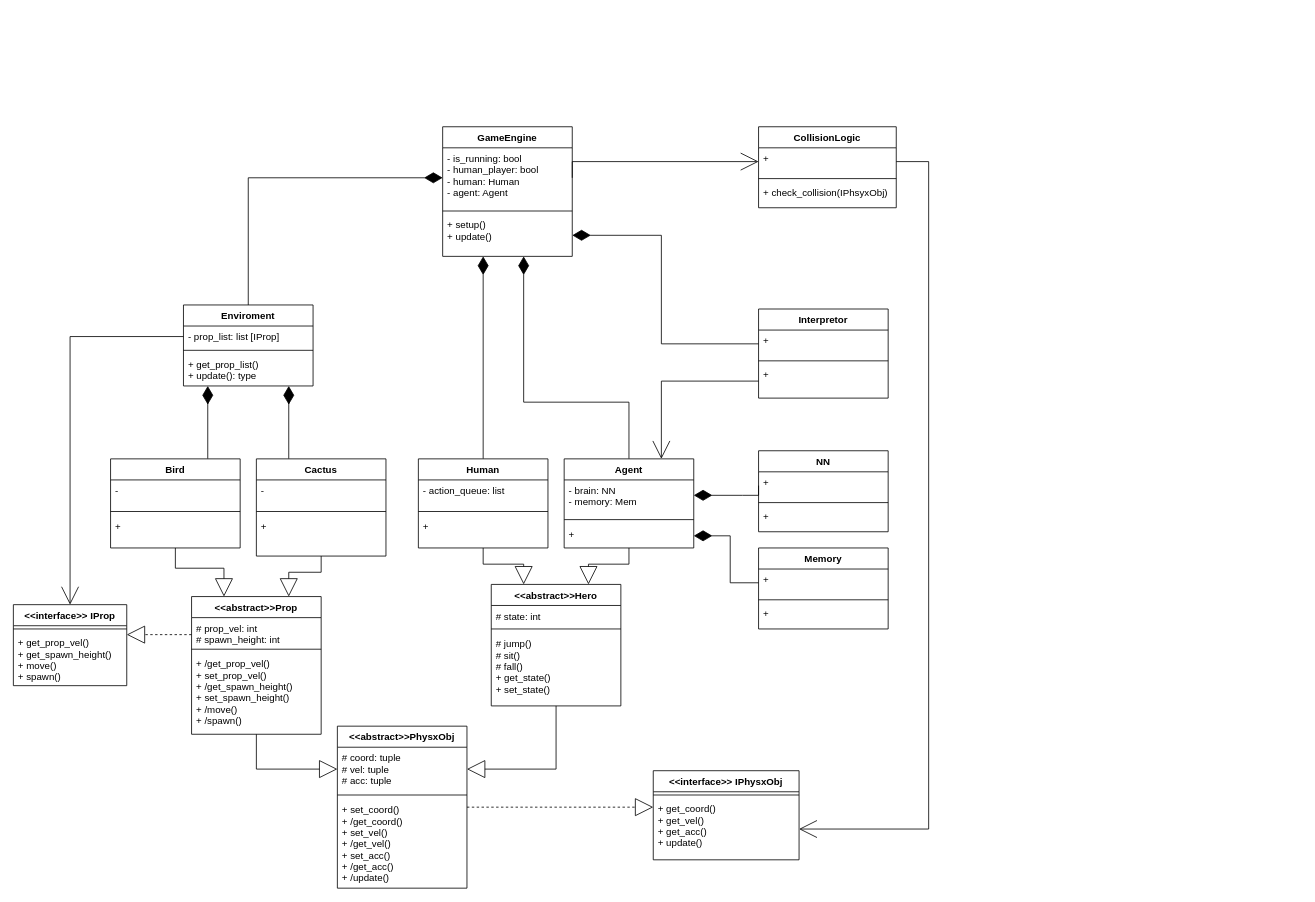
This is UML.drawio from EugeneBudzinskiy/Dino_RL, a draw.io file, before an edit. Source tidied: cells renumbered, new cells numbered last; positions are measured from the earlier drawing's top-left corner, leaving out a move shared by most shapes. Both pictures are drawn from the tidied source at 81%, with x=0, y=0 at pixel (13, 126).
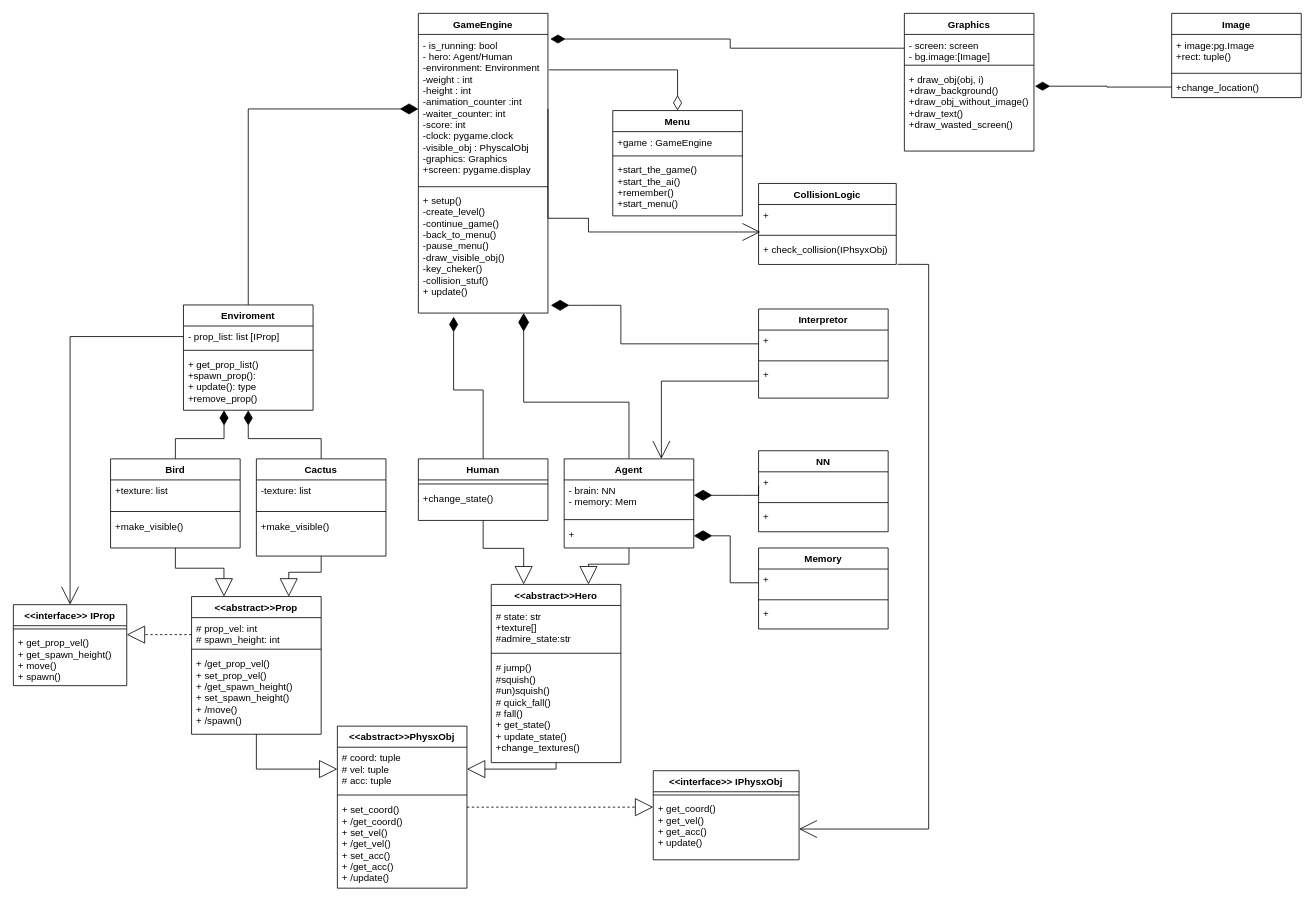
Above is the later version.

Commit message (it also covers changes not shown here):
UML and private var in GameEngine

Unchanged cells that the change refers to:
```xml
<mxCell id="18" value="+ " style="text;strokeColor=none;fillColor=none;align=left;verticalAlign=top;spacingLeft=4;spacingRight=4;overflow=hidden;points=[[0,0.5],[1,0.5]];portConstraint=eastwest;" parent="17" vertex="1">
  <mxGeometry y="26" width="160" height="34" as="geometry" />
</mxCell>
<mxCell id="22" value="+ " style="text;strokeColor=none;fillColor=none;align=left;verticalAlign=top;spacingLeft=4;spacingRight=4;overflow=hidden;points=[[0,0.5],[1,0.5]];portConstraint=eastwest;" parent="21" vertex="1">
  <mxGeometry y="26" width="170" height="34" as="geometry" />
</mxCell>
<mxCell id="24" value="+ check_collision(IPhsyxObj)" style="text;strokeColor=none;fillColor=none;align=left;verticalAlign=top;spacingLeft=4;spacingRight=4;overflow=hidden;points=[[0,0.5],[1,0.5]];portConstraint=eastwest;" parent="21" vertex="1">
  <mxGeometry y="68" width="170" height="32" as="geometry" />
</mxCell>
<mxCell id="42" value="Cactus" style="swimlane;fontStyle=1;align=center;verticalAlign=top;horizontal=1;startSize=26;" parent="1" vertex="1">
  <mxGeometry x="300" y="410" width="160" height="120" as="geometry" />
</mxCell>
<mxCell id="47" value="Bird" style="swimlane;fontStyle=1;align=center;verticalAlign=top;horizontal=1;startSize=26;" parent="1" vertex="1">
  <mxGeometry x="120" y="410" width="160" height="110" as="geometry" />
</mxCell>
<mxCell id="67" value="# coord: tuple&#10;# vel: tuple&#10;# acc: tuple" style="text;strokeColor=none;fillColor=none;align=left;verticalAlign=top;spacingLeft=4;spacingRight=4;overflow=hidden;points=[[0,0.5],[1,0.5]];portConstraint=eastwest;" parent="66" vertex="1">
  <mxGeometry y="26" width="160" height="54" as="geometry" />
</mxCell>
<mxCell id="77" value="+ get_coord()&#10;+ get_vel()&#10;+ get_acc()&#10;+ update()" style="text;strokeColor=none;fillColor=none;align=left;verticalAlign=top;spacingLeft=4;spacingRight=4;overflow=hidden;points=[[0,0.5],[1,0.5]];portConstraint=eastwest;" parent="75" vertex="1">
  <mxGeometry y="34" width="180" height="76" as="geometry" />
</mxCell>
```

Diff of the diagram source:
```diff
@@
+    <mxCell id="80" style="edgeStyle=orthogonalEdgeStyle;rounded=0;jettySize=auto;html=1;entryX=0.5;entryY=0;entryDx=0;entryDy=0;endSize=16;endArrow=diamondThin;endFill=0;exitX=1.007;exitY=0.238;exitDx=0;exitDy=0;exitPerimeter=0;" parent="1" edge="1" source="3" target="81">
+      <mxGeometry relative="1" as="geometry">
+        <Array as="points">
+          <mxPoint x="820" y="-70" />
+        </Array>
+      </mxGeometry>
+    </mxCell>
     <mxCell id="2" value="GameEngine" style="swimlane;fontStyle=1;align=center;verticalAlign=top;horizontal=1;startSize=26;" parent="1" vertex="1">
-      <mxGeometry x="530" width="160" height="160" as="geometry" />
+      <mxGeometry x="500" y="-140" width="160" height="370" as="geometry" />
     </mxCell>
-    <mxCell id="3" value="- is_running: bool&#10;- human_player: bool&#10;- human: Human&#10;- agent: Agent&#10;" style="text;strokeColor=none;fillColor=none;align=left;verticalAlign=top;spacingLeft=4;spacingRight=4;overflow=hidden;points=[[0,0.5],[1,0.5]];portConstraint=eastwest;" parent="2" vertex="1">
-      <mxGeometry y="26" width="160" height="74" as="geometry" />
+    <mxCell id="3" value="- is_running: bool&#10;- hero: Agent/Human&#10;-environment: Environment&#10;-weight : int&#10;-height : int&#10;-animation_counter :int&#10;-waiter_counter: int&#10;-score: int&#10;-clock: pygame.clock&#10;-visible_obj : PhyscalObj&#10;-graphics: Graphics&#10;+screen: pygame.display&#10;&#10;" style="text;strokeColor=none;fillColor=none;align=left;verticalAlign=top;spacingLeft=4;spacingRight=4;overflow=hidden;points=[[0,0.5],[1,0.5]];portConstraint=eastwest;" parent="2" vertex="1">
+      <mxGeometry y="26" width="160" height="184" as="geometry" />
     </mxCell>
     <mxCell id="4" style="line;strokeWidth=1;fillColor=none;align=left;verticalAlign=middle;spacingTop=-1;spacingLeft=3;spacingRight=3;labelPosition=right;" parent="2" vertex="1">
-      <mxGeometry y="100" width="160" height="8" as="geometry" />
+      <mxGeometry y="210" width="160" height="8" as="geometry" />
     </mxCell>
-    <mxCell id="5" value="+ setup()&#10;+ update()&#10;&#10;&#10;" style="text;strokeColor=none;fillColor=none;align=left;verticalAlign=top;spacingLeft=4;spacingRight=4;overflow=hidden;points=[[0,0.5],[1,0.5]];portConstraint=eastwest;" parent="2" vertex="1">
-      <mxGeometry y="108" width="160" height="52" as="geometry" />
+    <mxCell id="5" value="+ setup()&#10;-create_level()&#10;-continue_game()&#10;-back_to_menu()&#10;-pause_menu()&#10;-draw_visible_obj()&#10;-key_cheker()&#10;-collision_stuf()&#10;+ update()&#10;&#10;&#10;" style="text;strokeColor=none;fillColor=none;align=left;verticalAlign=top;spacingLeft=4;spacingRight=4;overflow=hidden;points=[[0,0.5],[1,0.5]];portConstraint=eastwest;" parent="2" vertex="1">
+      <mxGeometry y="218" width="160" height="152" as="geometry" />
     </mxCell>
@@
     <mxCell id="11" style="edgeStyle=orthogonalEdgeStyle;rounded=0;jettySize=auto;html=1;exitX=0.5;exitY=1;exitDx=0;exitDy=0;entryX=1;entryY=0.5;entryDx=0;entryDy=0;startSize=20;endArrow=block;endFill=0;endSize=20;" parent="1" edge="1" source="37" target="67">
-      <mxGeometry relative="1" as="geometry" />
+      <mxGeometry relative="1" as="geometry">
+        <Array as="points">
+          <mxPoint x="670" y="793" />
+        </Array>
+      </mxGeometry>
     </mxCell>
@@
     <mxCell id="13" value="Enviroment" style="swimlane;fontStyle=1;align=center;verticalAlign=top;horizontal=1;startSize=26;" parent="1" vertex="1">
-      <mxGeometry x="210" y="220" width="160" height="100" as="geometry" />
+      <mxGeometry x="210" y="220" width="160" height="130" as="geometry" />
     </mxCell>
@@
-    <mxCell id="16" value="+ get_prop_list()&#10;+ update(): type&#10;&#10;&#10;" style="text;strokeColor=none;fillColor=none;align=left;verticalAlign=top;spacingLeft=4;spacingRight=4;overflow=hidden;points=[[0,0.5],[1,0.5]];portConstraint=eastwest;" parent="13" vertex="1">
-      <mxGeometry y="60" width="160" height="40" as="geometry" />
+    <mxCell id="16" value="+ get_prop_list()&#10;+spawn_prop():&#10;+ update(): type&#10;+remove_prop()" style="text;strokeColor=none;fillColor=none;align=left;verticalAlign=top;spacingLeft=4;spacingRight=4;overflow=hidden;points=[[0,0.5],[1,0.5]];portConstraint=eastwest;" parent="13" vertex="1">
+      <mxGeometry y="60" width="160" height="70" as="geometry" />
     </mxCell>
@@
     <mxCell id="21" value="CollisionLogic" style="swimlane;fontStyle=1;align=center;verticalAlign=top;horizontal=1;startSize=26;" parent="1" vertex="1">
-      <mxGeometry x="920" width="170" height="100" as="geometry" />
+      <mxGeometry x="920" y="70" width="170" height="100" as="geometry" />
     </mxCell>
@@
     <mxCell id="37" value="&lt;&lt;abstract&gt;&gt;Hero" style="swimlane;fontStyle=1;align=center;verticalAlign=top;horizontal=1;startSize=26;" parent="1" vertex="1">
-      <mxGeometry x="590" y="565" width="160" height="150" as="geometry" />
+      <mxGeometry x="590" y="565" width="160" height="220" as="geometry" />
     </mxCell>
-    <mxCell id="38" value="# state: int " style="text;strokeColor=none;fillColor=none;align=left;verticalAlign=top;spacingLeft=4;spacingRight=4;overflow=hidden;" parent="37" vertex="1">
-      <mxGeometry y="26" width="160" height="24" as="geometry" />
+    <mxCell id="38" value="# state: str&#10;+texture[]&#10;#admire_state:str" style="text;strokeColor=none;fillColor=none;align=left;verticalAlign=top;spacingLeft=4;spacingRight=4;overflow=hidden;" parent="37" vertex="1">
+      <mxGeometry y="26" width="160" height="54" as="geometry" />
     </mxCell>
     <mxCell id="39" style="line;strokeWidth=1;fillColor=none;align=left;verticalAlign=middle;spacingTop=-1;spacingLeft=3;spacingRight=3;labelPosition=right;" parent="37" vertex="1">
-      <mxGeometry y="50" width="160" height="10" as="geometry" />
+      <mxGeometry y="80" width="160" height="10" as="geometry" />
     </mxCell>
-    <mxCell id="40" value="# jump()&#10;# sit()&#10;# fall()&#10;+ get_state()&#10;+ set_state()&#10;&#10;&#10;" style="text;strokeColor=none;fillColor=none;align=left;verticalAlign=top;spacingLeft=4;spacingRight=4;overflow=hidden;" parent="37" vertex="1">
-      <mxGeometry y="60" width="160" height="90" as="geometry" />
+    <mxCell id="40" value="# jump()&#10;#squish()&#10;#un)squish()&#10;# quick_fall()&#10;# fall()&#10;+ get_state()&#10;+ update_state()&#10;+change_textures()&#10;&#10;&#10;" style="text;strokeColor=none;fillColor=none;align=left;verticalAlign=top;spacingLeft=4;spacingRight=4;overflow=hidden;" parent="37" vertex="1">
+      <mxGeometry y="90" width="160" height="130" as="geometry" />
     </mxCell>
-    <mxCell id="41" style="edgeStyle=orthogonalEdgeStyle;rounded=0;jettySize=auto;html=1;exitX=0.25;exitY=0;exitDx=0;exitDy=0;startSize=20;endArrow=diamondThin;endFill=1;endSize=20;" parent="1" edge="1" source="42" target="16">
+    <mxCell id="41" style="edgeStyle=orthogonalEdgeStyle;rounded=0;jettySize=auto;html=1;endArrow=diamondThin;endFill=1;endSize=16;" parent="1" edge="1" source="42" target="16">
       <mxGeometry relative="1" as="geometry">
         <Array as="points">
-          <mxPoint x="340" y="340" />
-          <mxPoint x="340" y="340" />
+          <mxPoint x="380" y="385" />
+          <mxPoint x="290" y="385" />
         </Array>
       </mxGeometry>
     </mxCell>
@@
-    <mxCell id="43" value="-" style="text;strokeColor=none;fillColor=none;align=left;verticalAlign=top;spacingLeft=4;spacingRight=4;overflow=hidden;" parent="42" vertex="1">
+    <mxCell id="43" value="-texture: list" style="text;strokeColor=none;fillColor=none;align=left;verticalAlign=top;spacingLeft=4;spacingRight=4;overflow=hidden;" parent="42" vertex="1">
       <mxGeometry y="26" width="160" height="34" as="geometry" />
     </mxCell>
@@
-    <mxCell id="45" value="+ " style="text;strokeColor=none;fillColor=none;align=left;verticalAlign=top;spacingLeft=4;spacingRight=4;overflow=hidden;" parent="42" vertex="1">
+    <mxCell id="45" value="+make_visible()" style="text;strokeColor=none;fillColor=none;align=left;verticalAlign=top;spacingLeft=4;spacingRight=4;overflow=hidden;" parent="42" vertex="1">
       <mxGeometry y="70" width="160" height="50" as="geometry" />
     </mxCell>
-    <mxCell id="46" style="edgeStyle=orthogonalEdgeStyle;rounded=0;jettySize=auto;html=1;exitX=0.75;exitY=0;exitDx=0;exitDy=0;startSize=20;endArrow=diamondThin;endFill=1;endSize=20;" parent="1" edge="1" source="47" target="16">
-      <mxGeometry relative="1" as="geometry">
-        <Array as="points">
-          <mxPoint x="240" y="340" />
-          <mxPoint x="240" y="340" />
-        </Array>
-      </mxGeometry>
+    <mxCell id="46" style="edgeStyle=orthogonalEdgeStyle;rounded=0;jettySize=auto;html=1;endArrow=diamondThin;endFill=1;endSize=16;entryX=0.313;entryY=1;entryDx=0;entryDy=0;entryPerimeter=0;" parent="1" edge="1" source="47" target="16">
+      <mxGeometry relative="1" as="geometry" />
     </mxCell>
@@
-    <mxCell id="48" value="-" style="text;strokeColor=none;fillColor=none;align=left;verticalAlign=top;spacingLeft=4;spacingRight=4;overflow=hidden;" parent="47" vertex="1">
+    <mxCell id="48" value="+texture: list" style="text;strokeColor=none;fillColor=none;align=left;verticalAlign=top;spacingLeft=4;spacingRight=4;overflow=hidden;" parent="47" vertex="1">
       <mxGeometry y="26" width="160" height="34" as="geometry" />
     </mxCell>
@@
-    <mxCell id="50" value="+ " style="text;strokeColor=none;fillColor=none;align=left;verticalAlign=top;spacingLeft=4;spacingRight=4;overflow=hidden;" parent="47" vertex="1">
+    <mxCell id="50" value="+make_visible()" style="text;strokeColor=none;fillColor=none;align=left;verticalAlign=top;spacingLeft=4;spacingRight=4;overflow=hidden;" parent="47" vertex="1">
       <mxGeometry y="70" width="160" height="40" as="geometry" />
     </mxCell>
-    <mxCell id="51" style="edgeStyle=orthogonalEdgeStyle;rounded=0;jettySize=auto;html=1;exitX=0.5;exitY=0;exitDx=0;exitDy=0;startSize=20;endArrow=diamondThin;endFill=1;endSize=20;" parent="1" edge="1" source="52" target="5">
+    <mxCell id="51" style="edgeStyle=orthogonalEdgeStyle;rounded=0;jettySize=auto;html=1;entryX=0.272;entryY=1.03;entryDx=0;entryDy=0;entryPerimeter=0;endArrow=diamondThin;endFill=1;endSize=16;" parent="1" edge="1" source="52" target="5">
       <mxGeometry relative="1" as="geometry">
         <Array as="points">
-          <mxPoint x="580" y="160" />
-          <mxPoint x="580" y="160" />
+          <mxPoint x="580" y="325" />
+          <mxPoint x="544" y="325" />
         </Array>
       </mxGeometry>
     </mxCell>
     <mxCell id="52" value="Human" style="swimlane;fontStyle=1;align=center;verticalAlign=top;horizontal=1;startSize=26;" parent="1" vertex="1">
-      <mxGeometry x="500" y="410" width="160" height="110" as="geometry" />
+      <mxGeometry x="500" y="410" width="160" height="76" as="geometry" />
     </mxCell>
-    <mxCell id="53" value="- action_queue: list" style="text;strokeColor=none;fillColor=none;align=left;verticalAlign=top;spacingLeft=4;spacingRight=4;overflow=hidden;" parent="52" vertex="1">
-      <mxGeometry y="26" width="160" height="34" as="geometry" />
-    </mxCell>
     <mxCell id="54" style="line;strokeWidth=1;fillColor=none;align=left;verticalAlign=middle;spacingTop=-1;spacingLeft=3;spacingRight=3;labelPosition=right;" parent="52" vertex="1">
-      <mxGeometry y="60" width="160" height="10" as="geometry" />
+      <mxGeometry y="26" width="160" height="10" as="geometry" />
     </mxCell>
-    <mxCell id="55" value="+ " style="text;strokeColor=none;fillColor=none;align=left;verticalAlign=top;spacingLeft=4;spacingRight=4;overflow=hidden;" parent="52" vertex="1">
-      <mxGeometry y="70" width="160" height="40" as="geometry" />
+    <mxCell id="55" value="+change_state()" style="text;strokeColor=none;fillColor=none;align=left;verticalAlign=top;spacingLeft=4;spacingRight=4;overflow=hidden;" parent="52" vertex="1">
+      <mxGeometry y="36" width="160" height="40" as="geometry" />
     </mxCell>
@@
-    <mxCell id="63" style="edgeStyle=orthogonalEdgeStyle;rounded=0;jettySize=auto;html=1;exitX=0;exitY=0.5;exitDx=0;exitDy=0;startSize=20;endArrow=diamondThin;endFill=1;endSize=20;" parent="1" edge="1" source="18" target="5">
+    <mxCell id="63" style="edgeStyle=orthogonalEdgeStyle;rounded=0;jettySize=auto;html=1;exitX=0;exitY=0.5;exitDx=0;exitDy=0;startSize=20;endArrow=diamondThin;endFill=1;endSize=20;entryX=1.022;entryY=0.937;entryDx=0;entryDy=0;entryPerimeter=0;" parent="1" edge="1" source="18" target="5">
       <mxGeometry relative="1" as="geometry">
         <Array as="points">
-          <mxPoint x="800" y="268" />
-          <mxPoint x="800" y="134" />
+          <mxPoint x="750" y="268" />
+          <mxPoint x="750" y="220" />
         </Array>
       </mxGeometry>
     </mxCell>
-    <mxCell id="64" style="edgeStyle=orthogonalEdgeStyle;rounded=0;jettySize=auto;html=1;exitX=1;exitY=0.5;exitDx=0;exitDy=0;startSize=20;endArrow=open;endFill=0;endSize=20;entryX=0;entryY=0.5;entryDx=0;entryDy=0;" parent="1" edge="1" source="3" target="22">
+    <mxCell id="64" style="edgeStyle=orthogonalEdgeStyle;rounded=0;jettySize=auto;html=1;exitX=1;exitY=0.5;exitDx=0;exitDy=0;startSize=20;endArrow=open;endFill=0;endSize=20;entryX=0.013;entryY=0.997;entryDx=0;entryDy=0;entryPerimeter=0;" parent="1" edge="1" source="3" target="22">
       <mxGeometry relative="1" as="geometry">
         <Array as="points">
-          <mxPoint x="690" y="43" />
+          <mxPoint x="660" y="113" />
+          <mxPoint x="710" y="113" />
+          <mxPoint x="710" y="130" />
         </Array>
       </mxGeometry>
     </mxCell>
@@
-    <mxCell id="79" style="edgeStyle=orthogonalEdgeStyle;rounded=0;jettySize=auto;html=1;entryX=1;entryY=0.5;entryDx=0;entryDy=0;startSize=20;endArrow=open;endFill=0;endSize=20;" parent="1" edge="1" source="22" target="77">
+    <mxCell id="79" style="edgeStyle=orthogonalEdgeStyle;rounded=0;jettySize=auto;html=1;entryX=1;entryY=0.5;entryDx=0;entryDy=0;startSize=20;endArrow=open;endFill=0;endSize=20;exitX=1.01;exitY=0.996;exitDx=0;exitDy=0;exitPerimeter=0;" parent="1" edge="1" source="24" target="77">
       <mxGeometry relative="1" as="geometry">
         <Array as="points">
-          <mxPoint x="1130" y="43" />
+          <mxPoint x="1130" y="170" />
           <mxPoint x="1130" y="867" />
         </Array>
       </mxGeometry>
     </mxCell>
+    <mxCell id="81" value="Menu" style="swimlane;fontStyle=1;align=center;verticalAlign=top;horizontal=1;startSize=26;" parent="1" vertex="1">
+      <mxGeometry x="740" y="-20" width="160" height="130" as="geometry" />
+    </mxCell>
+    <mxCell id="82" value="+game : GameEngine " style="text;strokeColor=none;fillColor=none;align=left;verticalAlign=top;spacingLeft=4;spacingRight=4;overflow=hidden;" parent="81" vertex="1">
+      <mxGeometry y="26" width="160" height="26" as="geometry" />
+    </mxCell>
+    <mxCell id="83" style="line;strokeWidth=1;fillColor=none;align=left;verticalAlign=middle;spacingTop=-1;spacingLeft=3;spacingRight=3;labelPosition=right;" parent="81" vertex="1">
+      <mxGeometry y="52" width="160" height="8" as="geometry" />
+    </mxCell>
+    <mxCell id="84" value="+start_the_game()&#10;+start_the_ai()&#10;+remember()&#10;+start_menu()" style="text;strokeColor=none;fillColor=none;align=left;verticalAlign=top;spacingLeft=4;spacingRight=4;overflow=hidden;" parent="81" vertex="1">
+      <mxGeometry y="60" width="160" height="70" as="geometry" />
+    </mxCell>
+    <mxCell id="85" value="Graphics" style="swimlane;fontStyle=1;align=center;verticalAlign=top;horizontal=1;startSize=26;" parent="1" vertex="1">
+      <mxGeometry x="1100" y="-140" width="160" height="170" as="geometry" />
+    </mxCell>
+    <mxCell id="86" value="- screen: screen&#10;- bg.image:[Image]&#10;" style="text;strokeColor=none;fillColor=none;align=left;verticalAlign=top;spacingLeft=4;spacingRight=4;overflow=hidden;points=[[0,0.5],[1,0.5]];portConstraint=eastwest;" parent="85" vertex="1">
+      <mxGeometry y="26" width="160" height="34" as="geometry" />
+    </mxCell>
+    <mxCell id="87" style="line;strokeWidth=1;fillColor=none;align=left;verticalAlign=middle;spacingTop=-1;spacingLeft=3;spacingRight=3;labelPosition=right;" parent="85" vertex="1">
+      <mxGeometry y="60" width="160" height="8" as="geometry" />
+    </mxCell>
+    <mxCell id="88" value="+ draw_obj(obj, i)&#10;+draw_background()&#10;+draw_obj_without_image()&#10;+draw_text()&#10;+draw_wasted_screen()" style="text;strokeColor=none;fillColor=none;align=left;verticalAlign=top;spacingLeft=4;spacingRight=4;overflow=hidden;points=[[0,0.5],[1,0.5]];portConstraint=eastwest;" parent="85" vertex="1">
+      <mxGeometry y="68" width="160" height="102" as="geometry" />
+    </mxCell>
+    <mxCell id="89" style="edgeStyle=orthogonalEdgeStyle;rounded=0;jettySize=auto;html=1;entryX=1.018;entryY=0.031;entryDx=0;entryDy=0;entryPerimeter=0;endArrow=diamondThin;endFill=1;endSize=16;" parent="1" edge="1" source="86" target="3">
+      <mxGeometry relative="1" as="geometry" />
+    </mxCell>
+    <mxCell id="90" value="Image" style="swimlane;fontStyle=1;align=center;verticalAlign=top;horizontal=1;startSize=26;" parent="1" vertex="1">
+      <mxGeometry x="1430" y="-140" width="160" height="104" as="geometry" />
+    </mxCell>
+    <mxCell id="91" value="+ image:pg.Image&#10;+rect: tuple()&#10;" style="text;strokeColor=none;fillColor=none;align=left;verticalAlign=top;spacingLeft=4;spacingRight=4;overflow=hidden;" parent="90" vertex="1">
+      <mxGeometry y="26" width="160" height="44" as="geometry" />
+    </mxCell>
+    <mxCell id="92" style="line;strokeWidth=1;fillColor=none;align=left;verticalAlign=middle;spacingTop=-1;spacingLeft=3;spacingRight=3;labelPosition=right;" parent="90" vertex="1">
+      <mxGeometry y="70" width="160" height="8" as="geometry" />
+    </mxCell>
+    <mxCell id="93" value="+change_location()" style="text;strokeColor=none;fillColor=none;align=left;verticalAlign=top;spacingLeft=4;spacingRight=4;overflow=hidden;points=[[0,0.5],[1,0.5]];portConstraint=eastwest;" parent="90" vertex="1">
+      <mxGeometry y="78" width="160" height="26" as="geometry" />
+    </mxCell>
+    <mxCell id="94" style="edgeStyle=orthogonalEdgeStyle;rounded=0;jettySize=auto;html=1;entryX=1.007;entryY=0.215;entryDx=0;entryDy=0;entryPerimeter=0;endArrow=diamondThin;endFill=1;endSize=16;" parent="1" edge="1" source="93" target="88">
+      <mxGeometry relative="1" as="geometry" />
+    </mxCell>
```
